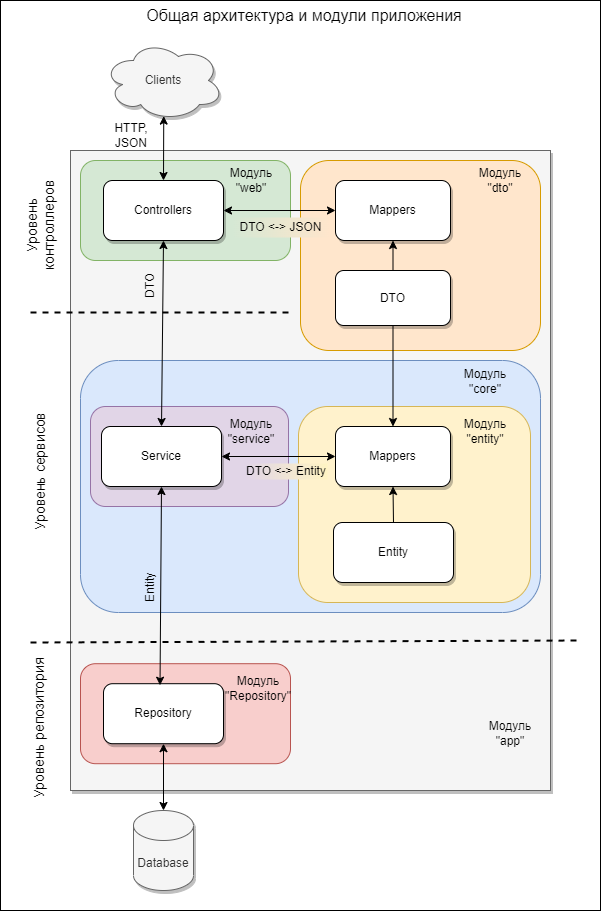
Earlier version of the draw.io export Scheme-architecture.png (borshchevskiy/Digital_Design_Project_Control_System). Source tidied: cells renumbered, new cells last; positions are measured from the earlier drawing's top-left corner, leaving out a move shared by most shapes.
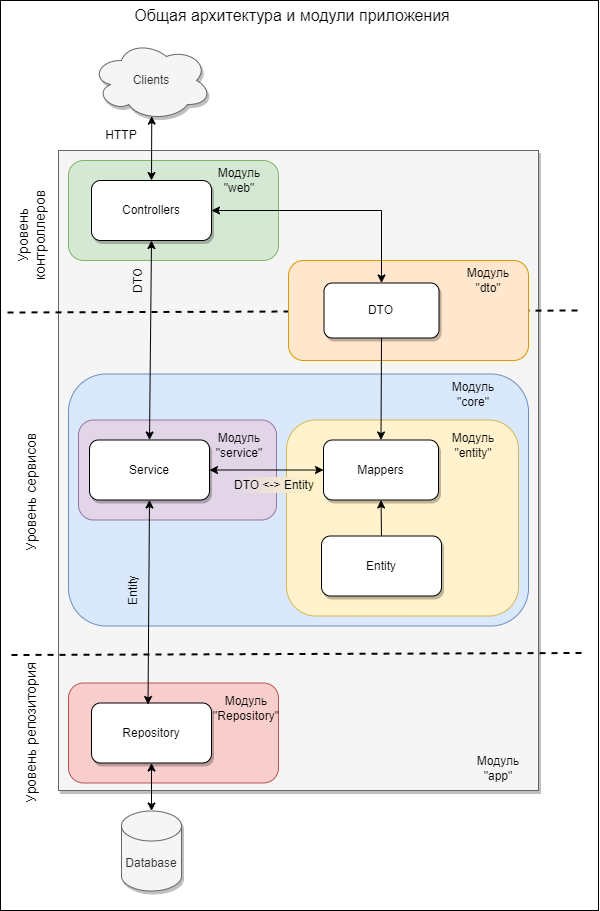
Above is the later version.

What changed in the source:
```diff
@@ -1,27 +1,24 @@
-<mxGraphModel background="#ffffff">
+<mxGraphModel>
   <root>
     <mxCell id="0" />
     <mxCell id="1" parent="0" />
-    <mxCell id="2" style="rounded=0;whiteSpace=wrap;html=1;fillColor=none;" parent="1" vertex="1">
-      <mxGeometry x="34" width="600" height="910" as="geometry" />
-    </mxCell>
+    <mxCell id="46" style="rounded=0;whiteSpace=wrap;html=1;fillColor=none;" parent="1" vertex="1">
+      <mxGeometry x="46" width="598" height="910" as="geometry" />
+    </mxCell>
     <mxCell id="3" style="rounded=0;whiteSpace=wrap;html=1;fillColor=#f5f5f5;fontColor=#333333;strokeColor=#666666;shadow=1;" parent="1" vertex="1">
       <mxGeometry x="104" y="150" width="480" height="640" as="geometry" />
     </mxCell>
     <mxCell id="4" style="rounded=1;whiteSpace=wrap;html=1;fillColor=#dae8fc;strokeColor=#6c8ebf;" parent="1" vertex="1">
-      <mxGeometry x="114" y="360" width="460" height="252" as="geometry" />
+      <mxGeometry x="114" y="373.5" width="460" height="252" as="geometry" />
     </mxCell>
     <mxCell id="5" style="rounded=1;whiteSpace=wrap;html=1;fillColor=#fff2cc;strokeColor=#d6b656;" parent="1" vertex="1">
-      <mxGeometry x="332" y="406" width="232" height="196" as="geometry" />
+      <mxGeometry x="332" y="419.5" width="232" height="196" as="geometry" />
     </mxCell>
     <mxCell id="6" style="rounded=1;whiteSpace=wrap;html=1;fillColor=#e1d5e7;strokeColor=#9673a6;" parent="1" vertex="1">
-      <mxGeometry x="124" y="406" width="198" height="100" as="geometry" />
+      <mxGeometry x="124" y="419.5" width="198" height="100" as="geometry" />
     </mxCell>
-    <mxCell id="7" style="rounded=1;whiteSpace=wrap;html=1;fillColor=#ffe6cc;strokeColor=#d79b00;" parent="1" vertex="1">
-      <mxGeometry x="334" y="160" width="240" height="190" as="geometry" />
-    </mxCell>
     <mxCell id="8" style="rounded=1;whiteSpace=wrap;html=1;fillColor=#f8cecc;strokeColor=#b85450;" parent="1" vertex="1">
-      <mxGeometry x="114" y="663.2" width="210" height="100" as="geometry" />
+      <mxGeometry x="114" y="682.5" width="210" height="100" as="geometry" />
     </mxCell>
     <mxCell id="9" style="rounded=1;whiteSpace=wrap;html=1;fillColor=#d5e8d4;strokeColor=#82b366;" parent="1" vertex="1">
       <mxGeometry x="114" y="160" width="210" height="100" as="geometry" />
@@ -29,86 +26,65 @@
     <mxCell id="10" value="Controllers" style="rounded=1;whiteSpace=wrap;html=1;fillColor=default;strokeColor=default;glass=0;shadow=1;fillStyle=auto;" parent="1" vertex="1">
       <mxGeometry x="137" y="180" width="120" height="60" as="geometry" />
     </mxCell>
-    <mxCell id="11" value="HTTP,&lt;br&gt;JSON" style="text;html=1;strokeColor=none;fillColor=none;align=center;verticalAlign=middle;whiteSpace=wrap;rounded=0;" parent="1" vertex="1">
-      <mxGeometry x="135" y="120" width="60" height="30" as="geometry" />
+    <mxCell id="11" value="HTTP" style="text;html=1;strokeColor=none;fillColor=none;align=center;verticalAlign=middle;whiteSpace=wrap;rounded=0;" parent="1" vertex="1">
+      <mxGeometry x="137" y="120" width="60" height="30" as="geometry" />
     </mxCell>
     <mxCell id="12" style="endArrow=classic;html=1;rounded=0;exitX=0.5;exitY=0;exitDx=0;exitDy=0;entryX=0.502;entryY=0.945;entryDx=0;entryDy=0;entryPerimeter=0;startArrow=classic;startFill=1;" parent="1" edge="1" source="10" target="28">
       <mxGeometry relative="1" as="geometry" />
     </mxCell>
     <mxCell id="13" value="DTO" style="text;html=1;strokeColor=none;fillColor=none;align=center;verticalAlign=middle;whiteSpace=wrap;rounded=0;rotation=-90;" parent="1" vertex="1">
-      <mxGeometry x="154" y="270" width="60" height="30" as="geometry" />
+      <mxGeometry x="154" y="265" width="60" height="30" as="geometry" />
     </mxCell>
     <mxCell id="14" value="Service" style="rounded=1;whiteSpace=wrap;html=1;shadow=1;" parent="1" vertex="1">
-      <mxGeometry x="135" y="426" width="120" height="60" as="geometry" />
+      <mxGeometry x="135" y="439.5" width="120" height="60" as="geometry" />
     </mxCell>
     <mxCell id="15" value="Mappers" style="rounded=1;whiteSpace=wrap;html=1;shadow=1;" parent="1" vertex="1">
-      <mxGeometry x="369" y="426" width="115" height="60" as="geometry" />
+      <mxGeometry x="369" y="439.5" width="115" height="60" as="geometry" />
     </mxCell>
     <mxCell id="16" value="Repository" style="rounded=1;whiteSpace=wrap;html=1;shadow=1;" parent="1" vertex="1">
-      <mxGeometry x="137" y="683.2" width="120" height="60" as="geometry" />
+      <mxGeometry x="137" y="702.5" width="120" height="60" as="geometry" />
     </mxCell>
     <mxCell id="17" value="Entity" style="text;html=1;strokeColor=none;fillColor=none;align=center;verticalAlign=middle;whiteSpace=wrap;rounded=0;rotation=-90;" parent="1" vertex="1">
-      <mxGeometry x="154" y="572" width="60" height="30" as="geometry" />
+      <mxGeometry x="148" y="574.5" width="60" height="30" as="geometry" />
     </mxCell>
     <mxCell id="18" value="Database" style="shape=cylinder3;whiteSpace=wrap;html=1;boundedLbl=1;backgroundOutline=1;size=15;fillColor=#f5f5f5;strokeColor=#666666;fontColor=#333333;shadow=1;" parent="1" vertex="1">
-      <mxGeometry x="167" y="810" width="60" height="80" as="geometry" />
+      <mxGeometry x="167" y="810.5" width="60" height="80" as="geometry" />
     </mxCell>
     <mxCell id="19" style="endArrow=classic;startArrow=classic;html=1;rounded=0;exitX=0.5;exitY=0;exitDx=0;exitDy=0;exitPerimeter=0;" parent="1" edge="1" source="18">
       <mxGeometry relative="1" as="geometry">
-        <mxPoint x="197" y="743.2" as="targetPoint" />
+        <mxPoint x="197" y="762.5" as="targetPoint" />
       </mxGeometry>
     </mxCell>
     <mxCell id="20" style="endArrow=classic;startArrow=classic;html=1;rounded=0;exitX=0;exitY=0.5;exitDx=0;exitDy=0;entryX=1;entryY=0.5;entryDx=0;entryDy=0;startFill=1;endFill=1;" parent="1" edge="1" source="15" target="14">
       <mxGeometry relative="1" as="geometry" />
     </mxCell>
     <mxCell id="21" value="DTO &amp;lt;-&amp;gt; Entity" style="text;html=1;strokeColor=none;fillColor=#FFF4C3;align=center;verticalAlign=middle;whiteSpace=wrap;rounded=0;gradientColor=#E1D5E7;gradientDirection=west;shadow=0;glass=0;" parent="1" vertex="1">
-      <mxGeometry x="279" y="463" width="82" height="16" as="geometry" />
+      <mxGeometry x="279" y="476.5" width="82" height="16" as="geometry" />
     </mxCell>
-    <mxCell id="22" value="Mappers" style="rounded=1;whiteSpace=wrap;html=1;shadow=1;" parent="1" vertex="1">
-      <mxGeometry x="369" y="180" width="115" height="60" as="geometry" />
-    </mxCell>
-    <mxCell id="23" style="endArrow=classic;startArrow=classic;html=1;rounded=0;entryX=1;entryY=0.5;entryDx=0;entryDy=0;edgeStyle=orthogonalEdgeStyle;exitX=0;exitY=0.5;exitDx=0;exitDy=0;endFill=1;startFill=1;" parent="1" edge="1" source="22" target="10">
-      <mxGeometry relative="1" as="geometry" />
-    </mxCell>
-    <mxCell id="24" value="DTO &amp;lt;-&amp;gt; JSON" style="text;html=1;strokeColor=none;fillColor=#ffe6cc;align=center;verticalAlign=middle;whiteSpace=wrap;rounded=0;gradientDirection=west;gradientColor=#D5E8D4;" parent="1" vertex="1">
-      <mxGeometry x="266" y="217" width="97" height="20" as="geometry" />
-    </mxCell>
     <mxCell id="25" value="Модуль&lt;br&gt;&quot;web&quot;" style="text;html=1;strokeColor=none;fillColor=none;align=center;verticalAlign=middle;whiteSpace=wrap;rounded=0;" parent="1" vertex="1">
       <mxGeometry x="255" y="165" width="60" height="30" as="geometry" />
     </mxCell>
     <mxCell id="26" value="Модуль&lt;br&gt;&quot;core&quot;" style="text;html=1;strokeColor=none;fillColor=none;align=center;verticalAlign=middle;whiteSpace=wrap;rounded=0;" parent="1" vertex="1">
-      <mxGeometry x="489" y="366" width="60" height="30" as="geometry" />
+      <mxGeometry x="489" y="379.5" width="60" height="30" as="geometry" />
     </mxCell>
     <mxCell id="27" value="Модуль&lt;br&gt;&quot;Repository&quot;" style="text;html=1;strokeColor=none;fillColor=none;align=center;verticalAlign=middle;whiteSpace=wrap;rounded=0;" parent="1" vertex="1">
-      <mxGeometry x="262" y="673.2" width="60" height="30" as="geometry" />
+      <mxGeometry x="262" y="692.5" width="60" height="30" as="geometry" />
     </mxCell>
     <mxCell id="28" value="Clients" style="ellipse;shape=cloud;whiteSpace=wrap;html=1;fillColor=#f5f5f5;fontColor=#333333;strokeColor=#666666;shadow=1;" parent="1" vertex="1">
       <mxGeometry x="137" y="40" width="120" height="80" as="geometry" />
     </mxCell>
-    <mxCell id="29" value="Модуль&lt;br&gt;&quot;dto&quot;" style="text;html=1;strokeColor=none;fillColor=none;align=center;verticalAlign=middle;whiteSpace=wrap;rounded=0;" parent="1" vertex="1">
-      <mxGeometry x="504" y="165" width="60" height="30" as="geometry" />
-    </mxCell>
-    <mxCell id="30" value="DTO" style="rounded=1;whiteSpace=wrap;html=1;shadow=1;" parent="1" vertex="1">
-      <mxGeometry x="369" y="270" width="115" height="55" as="geometry" />
-    </mxCell>
-    <mxCell id="31" style="endArrow=none;startArrow=classic;html=1;rounded=0;entryX=0.5;entryY=0;entryDx=0;entryDy=0;exitX=0.5;exitY=1;exitDx=0;exitDy=0;endFill=0;" parent="1" edge="1" source="22" target="30">
-      <mxGeometry relative="1" as="geometry" />
-    </mxCell>
     <mxCell id="32" value="Модуль&lt;br&gt;&quot;service&quot;" style="text;html=1;strokeColor=none;fillColor=none;align=center;verticalAlign=middle;whiteSpace=wrap;rounded=0;" parent="1" vertex="1">
-      <mxGeometry x="255" y="416" width="60" height="30" as="geometry" />
+      <mxGeometry x="255" y="429.5" width="60" height="30" as="geometry" />
     </mxCell>
     <mxCell id="33" value="Модуль&lt;br&gt;&quot;entity&quot;" style="text;html=1;strokeColor=none;fillColor=none;align=center;verticalAlign=middle;whiteSpace=wrap;rounded=0;" parent="1" vertex="1">
-      <mxGeometry x="489" y="416" width="60" height="30" as="geometry" />
+      <mxGeometry x="489" y="429.5" width="60" height="30" as="geometry" />
     </mxCell>
     <mxCell id="34" value="Entity" style="rounded=1;whiteSpace=wrap;html=1;shadow=1;" parent="1" vertex="1">
-      <mxGeometry x="367" y="522" width="120" height="60" as="geometry" />
+      <mxGeometry x="367" y="535.5" width="120" height="60" as="geometry" />
     </mxCell>
     <mxCell id="35" style="endArrow=classic;startArrow=none;html=1;rounded=0;entryX=0.5;entryY=1;entryDx=0;entryDy=0;exitX=0.5;exitY=0;exitDx=0;exitDy=0;startFill=0;" parent="1" edge="1" source="34" target="15">
       <mxGeometry relative="1" as="geometry" />
     </mxCell>
-    <mxCell id="36" style="endArrow=none;startArrow=classic;html=1;rounded=0;entryX=0.5;entryY=1;entryDx=0;entryDy=0;exitX=0.5;exitY=0;exitDx=0;exitDy=0;startFill=1;endFill=0;" parent="1" edge="1" source="15" target="30">
-      <mxGeometry relative="1" as="geometry" />
-    </mxCell>
     <mxCell id="37" style="endArrow=classic;startArrow=classic;html=1;rounded=0;entryX=0.5;entryY=1;entryDx=0;entryDy=0;exitX=0.5;exitY=0;exitDx=0;exitDy=0;" parent="1" edge="1" source="14" target="10">
       <mxGeometry relative="1" as="geometry" />
     </mxCell>
@@ -119,28 +95,43 @@
       <mxGeometry x="166" width="344" height="30" as="geometry" />
     </mxCell>
     <mxCell id="40" value="Модуль&lt;br&gt;&quot;app&quot;" style="text;html=1;strokeColor=none;fillColor=none;align=center;verticalAlign=middle;whiteSpace=wrap;rounded=0;" parent="1" vertex="1">
-      <mxGeometry x="514" y="718" width="60" height="30" as="geometry" />
+      <mxGeometry x="514" y="752.5" width="60" height="30" as="geometry" />
     </mxCell>
-    <mxCell id="41" style="endArrow=none;dashed=1;html=1;rounded=0;strokeWidth=2;" parent="1" edge="1">
-      <mxGeometry relative="1" as="geometry">
-        <mxPoint x="64" y="312" as="sourcePoint" />
-        <mxPoint x="324" y="312" as="targetPoint" />
-      </mxGeometry>
-    </mxCell>
-    <mxCell id="42" style="endArrow=none;dashed=1;html=1;rounded=0;strokeWidth=2;" parent="1" edge="1">
-      <mxGeometry relative="1" as="geometry">
-        <mxPoint x="64" y="642" as="sourcePoint" />
-        <mxPoint x="614" y="640" as="targetPoint" />
-      </mxGeometry>
-    </mxCell>
+    <mxCell id="47" style="endArrow=none;dashed=1;html=1;rounded=0;strokeWidth=2;" parent="1" edge="1">
+      <mxGeometry relative="1" as="geometry">
+        <mxPoint x="53" y="312" as="sourcePoint" />
+        <mxPoint x="623" y="310" as="targetPoint" />
+      </mxGeometry>
+    </mxCell>
-    <mxCell id="43" value="&lt;font style=&quot;font-size: 14px;&quot;&gt;Уровень контроллеров&lt;br&gt;&lt;/font&gt;" style="text;html=1;strokeColor=none;fillColor=none;align=center;verticalAlign=middle;whiteSpace=wrap;rounded=0;rotation=-90;" parent="1" vertex="1">
-      <mxGeometry x="10" y="210" width="127" height="30" as="geometry" />
+    <mxCell id="43" value="&lt;font style=&quot;font-size: 14px;&quot;&gt;Уровень контроллеров&lt;/font&gt;" style="text;html=1;strokeColor=none;fillColor=none;align=center;verticalAlign=middle;whiteSpace=wrap;rounded=0;rotation=-90;" parent="1" vertex="1">
+      <mxGeometry x="14" y="220" width="125" height="30" as="geometry" />
     </mxCell>
+    <mxCell id="48" style="endArrow=none;dashed=1;html=1;rounded=0;strokeWidth=2;" parent="1" edge="1">
+      <mxGeometry relative="1" as="geometry">
+        <mxPoint x="57" y="654.5" as="sourcePoint" />
+        <mxPoint x="627" y="652.5" as="targetPoint" />
+      </mxGeometry>
+    </mxCell>
+    <mxCell id="7" style="rounded=1;whiteSpace=wrap;html=1;fillColor=#ffe6cc;strokeColor=#d79b00;" parent="1" vertex="1">
+      <mxGeometry x="334" y="260" width="240" height="100" as="geometry" />
+    </mxCell>
+    <mxCell id="45" value="&lt;font style=&quot;font-size: 14px;&quot;&gt;Уровень репозитория&lt;/font&gt;" style="text;html=1;strokeColor=none;fillColor=none;align=center;verticalAlign=middle;whiteSpace=wrap;rounded=0;rotation=-90;" parent="1" vertex="1">
+      <mxGeometry x="1" y="717.5" width="151" height="30" as="geometry" />
+    </mxCell>
-    <mxCell id="44" value="&lt;font style=&quot;font-size: 14px;&quot;&gt;Уровень сервисов&lt;br&gt;&lt;/font&gt;" style="text;html=1;strokeColor=none;fillColor=none;align=center;verticalAlign=middle;whiteSpace=wrap;rounded=0;rotation=-90;" parent="1" vertex="1">
-      <mxGeometry x="10" y="456" width="127" height="30" as="geometry" />
+    <mxCell id="44" value="&lt;font style=&quot;font-size: 14px;&quot;&gt;Уровень сервисов&lt;/font&gt;" style="text;html=1;strokeColor=none;fillColor=none;align=center;verticalAlign=middle;whiteSpace=wrap;rounded=0;rotation=-90;" parent="1" vertex="1">
+      <mxGeometry x="9" y="476.5" width="135" height="30" as="geometry" />
     </mxCell>
-    <mxCell id="45" value="&lt;font style=&quot;font-size: 14px;&quot;&gt;Уровень репозитория&lt;br&gt;&lt;/font&gt;" style="text;html=1;strokeColor=none;fillColor=none;align=center;verticalAlign=middle;whiteSpace=wrap;rounded=0;rotation=-90;" parent="1" vertex="1">
-      <mxGeometry x="0.5" y="713.2" width="146" height="30" as="geometry" />
-    </mxCell>
+    <mxCell id="30" value="DTO" style="rounded=1;whiteSpace=wrap;html=1;shadow=1;" parent="1" vertex="1">
+      <mxGeometry x="369.5" y="282.5" width="115" height="55" as="geometry" />
+    </mxCell>
+    <mxCell id="29" value="Модуль&lt;br&gt;&quot;dto&quot;" style="text;html=1;strokeColor=none;fillColor=none;align=center;verticalAlign=middle;whiteSpace=wrap;rounded=0;" parent="1" vertex="1">
+      <mxGeometry x="504" y="265" width="60" height="30" as="geometry" />
+    </mxCell>
+    <mxCell id="36" style="endArrow=none;startArrow=classic;html=1;rounded=0;entryX=0.5;entryY=1;entryDx=0;entryDy=0;exitX=0.5;exitY=0;exitDx=0;exitDy=0;startFill=1;endFill=0;" parent="1" edge="1" source="15" target="30">
+      <mxGeometry relative="1" as="geometry" />
+    </mxCell>
+    <mxCell id="23" style="endArrow=classic;startArrow=classic;html=1;rounded=0;entryX=1;entryY=0.5;entryDx=0;entryDy=0;edgeStyle=orthogonalEdgeStyle;endFill=1;startFill=1;exitX=0.5;exitY=0;exitDx=0;exitDy=0;" parent="1" edge="1" source="30" target="10">
+      <mxGeometry relative="1" as="geometry" />
+    </mxCell>
   </root>
 </mxGraphModel>
```
